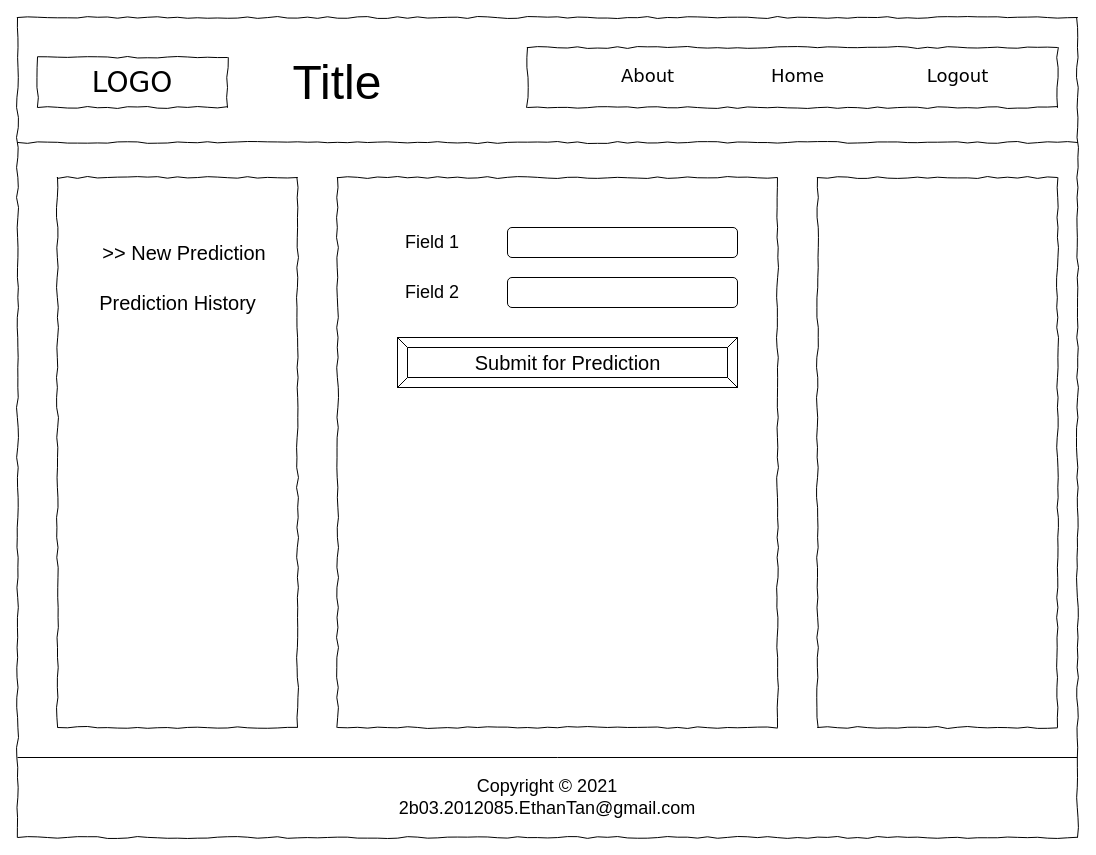
The draw.io diagram page "New Prediction Page" (4 of 5) of wireframes/wireframe-for-site.drawio in ethanolx/SG-Resale-Housing-py, before the edit. Source tidied: cells renumbered, new cells numbered last; positions are measured from the earlier drawing's top-left corner, leaving out a move shared by most shapes. Both pictures are drawn from the tidied source at 100%, with x=0, y=0 at pixel (17, 17).
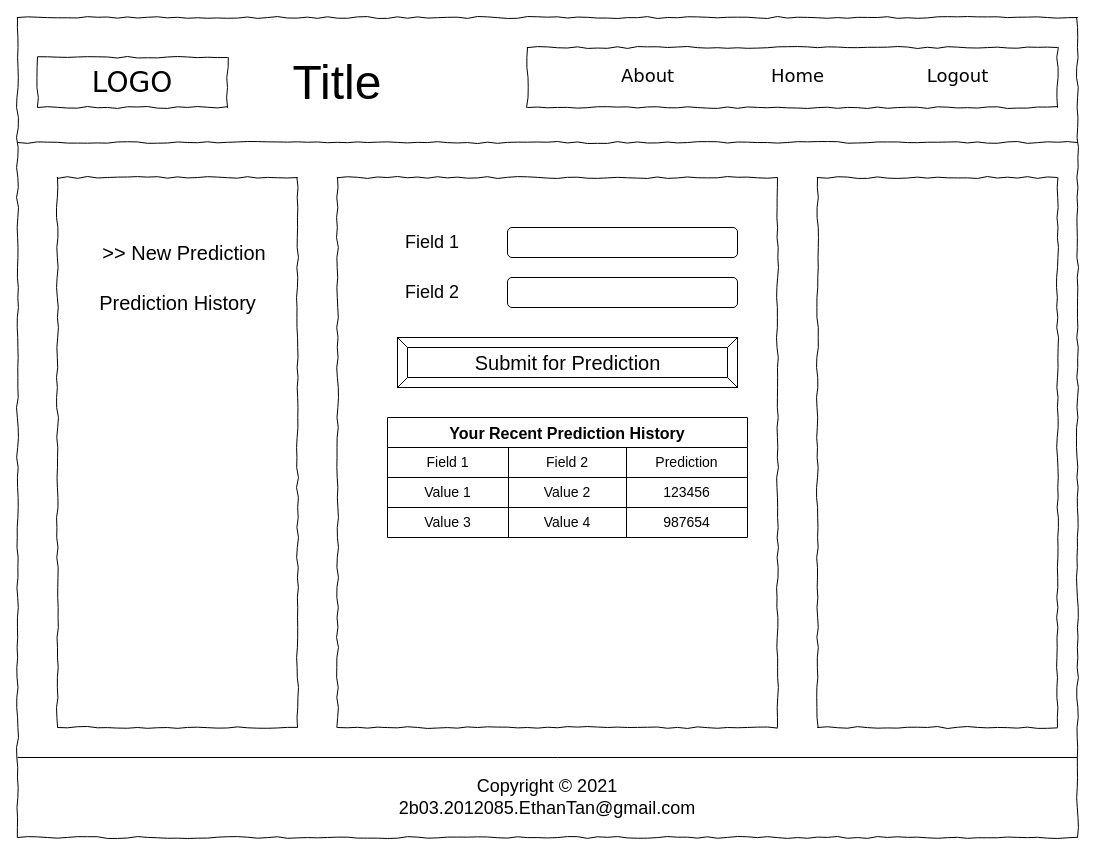
The same page after the edit.

Change to the diagram source:
```diff
@@
+    <mxCell id="23" value="Your Recent Prediction History" style="shape=table;startSize=30;childLayout=tableLayout;fontStyle=1;align=center;fontSize=16;" parent="1" vertex="1">
+      <mxGeometry x="370" y="400" width="360" height="120" as="geometry" />
+    </mxCell>
+    <mxCell id="24" style="shape=partialRectangle;html=1;whiteSpace=wrap;fillColor=none;top=0;left=0;bottom=0;right=0;" parent="23" vertex="1">
+      <mxGeometry y="30" width="360" height="30" as="geometry" />
+    </mxCell>
+    <mxCell id="25" value="Field 1" style="shape=partialRectangle;html=1;whiteSpace=wrap;fillColor=none;top=0;left=0;bottom=0;right=0;overflow=hidden;fontSize=14;" parent="24" vertex="1">
+      <mxGeometry width="121" height="30" as="geometry" />
+    </mxCell>
+    <mxCell id="26" value="Field 2" style="shape=partialRectangle;html=1;whiteSpace=wrap;fillColor=none;top=0;left=0;bottom=0;right=0;overflow=hidden;fontSize=14;" parent="24" vertex="1">
+      <mxGeometry x="121" width="118" height="30" as="geometry" />
+    </mxCell>
+    <mxCell id="27" value="Prediction" style="shape=partialRectangle;html=1;whiteSpace=wrap;fillColor=none;top=0;left=0;bottom=0;right=0;overflow=hidden;fontSize=14;" parent="24" vertex="1">
+      <mxGeometry x="239" width="121" height="30" as="geometry" />
+    </mxCell>
+    <mxCell id="28" style="shape=partialRectangle;html=1;whiteSpace=wrap;fillColor=none;top=0;left=0;bottom=0;right=0;fontSize=14;" parent="23" vertex="1">
+      <mxGeometry y="60" width="360" height="30" as="geometry" />
+    </mxCell>
+    <mxCell id="29" value="Value 1" style="shape=partialRectangle;html=1;whiteSpace=wrap;fillColor=none;top=0;left=0;bottom=0;right=0;overflow=hidden;fontSize=14;" parent="28" vertex="1">
+      <mxGeometry width="121" height="30" as="geometry" />
+    </mxCell>
+    <mxCell id="30" value="Value 2" style="shape=partialRectangle;html=1;whiteSpace=wrap;fillColor=none;top=0;left=0;bottom=0;right=0;overflow=hidden;fontSize=14;" parent="28" vertex="1">
+      <mxGeometry x="121" width="118" height="30" as="geometry" />
+    </mxCell>
+    <mxCell id="31" value="123456" style="shape=partialRectangle;html=1;whiteSpace=wrap;fillColor=none;top=0;left=0;bottom=0;right=0;overflow=hidden;fontSize=14;" parent="28" vertex="1">
+      <mxGeometry x="239" width="121" height="30" as="geometry" />
+    </mxCell>
+    <mxCell id="32" style="shape=partialRectangle;html=1;whiteSpace=wrap;fillColor=none;top=0;left=0;bottom=0;right=0;" parent="23" vertex="1">
+      <mxGeometry y="90" width="360" height="30" as="geometry" />
+    </mxCell>
+    <mxCell id="33" value="Value 3" style="shape=partialRectangle;html=1;whiteSpace=wrap;fillColor=none;top=0;left=0;bottom=0;right=0;overflow=hidden;fontSize=14;" parent="32" vertex="1">
+      <mxGeometry width="121" height="30" as="geometry" />
+    </mxCell>
+    <mxCell id="34" value="Value 4" style="shape=partialRectangle;html=1;whiteSpace=wrap;fillColor=none;top=0;left=0;bottom=0;right=0;overflow=hidden;fontSize=14;" parent="32" vertex="1">
+      <mxGeometry x="121" width="118" height="30" as="geometry" />
+    </mxCell>
+    <mxCell id="35" value="987654" style="shape=partialRectangle;html=1;whiteSpace=wrap;fillColor=none;top=0;left=0;bottom=0;right=0;overflow=hidden;fontSize=14;" parent="32" vertex="1">
+      <mxGeometry x="239" width="121" height="30" as="geometry" />
+    </mxCell>
```
